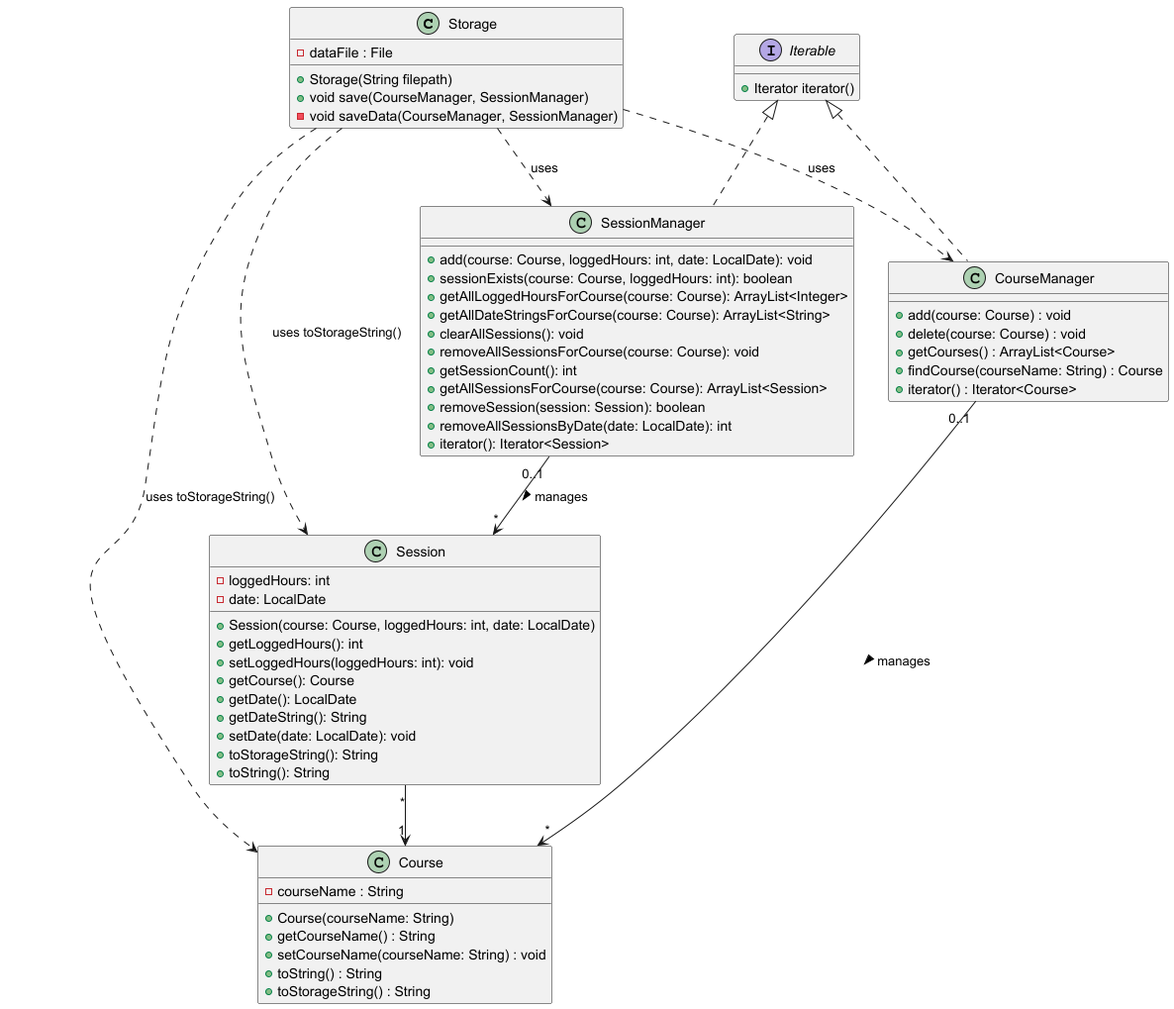
Earlier version of the PlantUML export docs/diagrams/StorageClassDiagram.png (t-kandasami/tp).
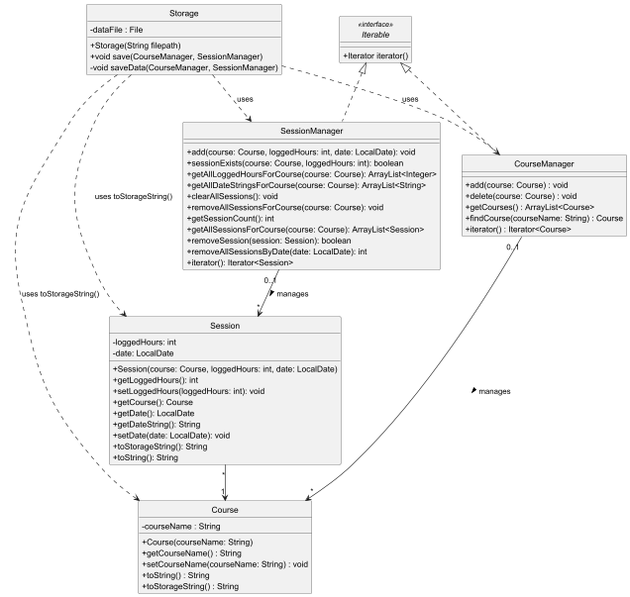
The same file after the commit.

Commit message:
docs: Update class diagram to match course requirement

The edit, as a diff of the source:
```diff
@@ -1,4 +1,6 @@
 @startuml
+skinparam ClassAttributeIconSize 0
+hide circle
 
 class Storage {
     - dataFile : File
@@ -39,7 +41,7 @@
     + iterator() : Iterator<Course>
 }
 
-class SessionManager{
+class SessionManager {
 
     + add(course: Course, loggedHours: int, date: LocalDate): void
     + sessionExists(course: Course, loggedHours: int): boolean
@@ -60,7 +62,7 @@
 Storage ..> Course : uses toStorageString()
 Storage ..> Session : uses toStorageString()
 
-interface Iterable {
+interface Iterable <<interface>>{
     + Iterator iterator()
 }
 Iterable<|.. CourseManager
```
